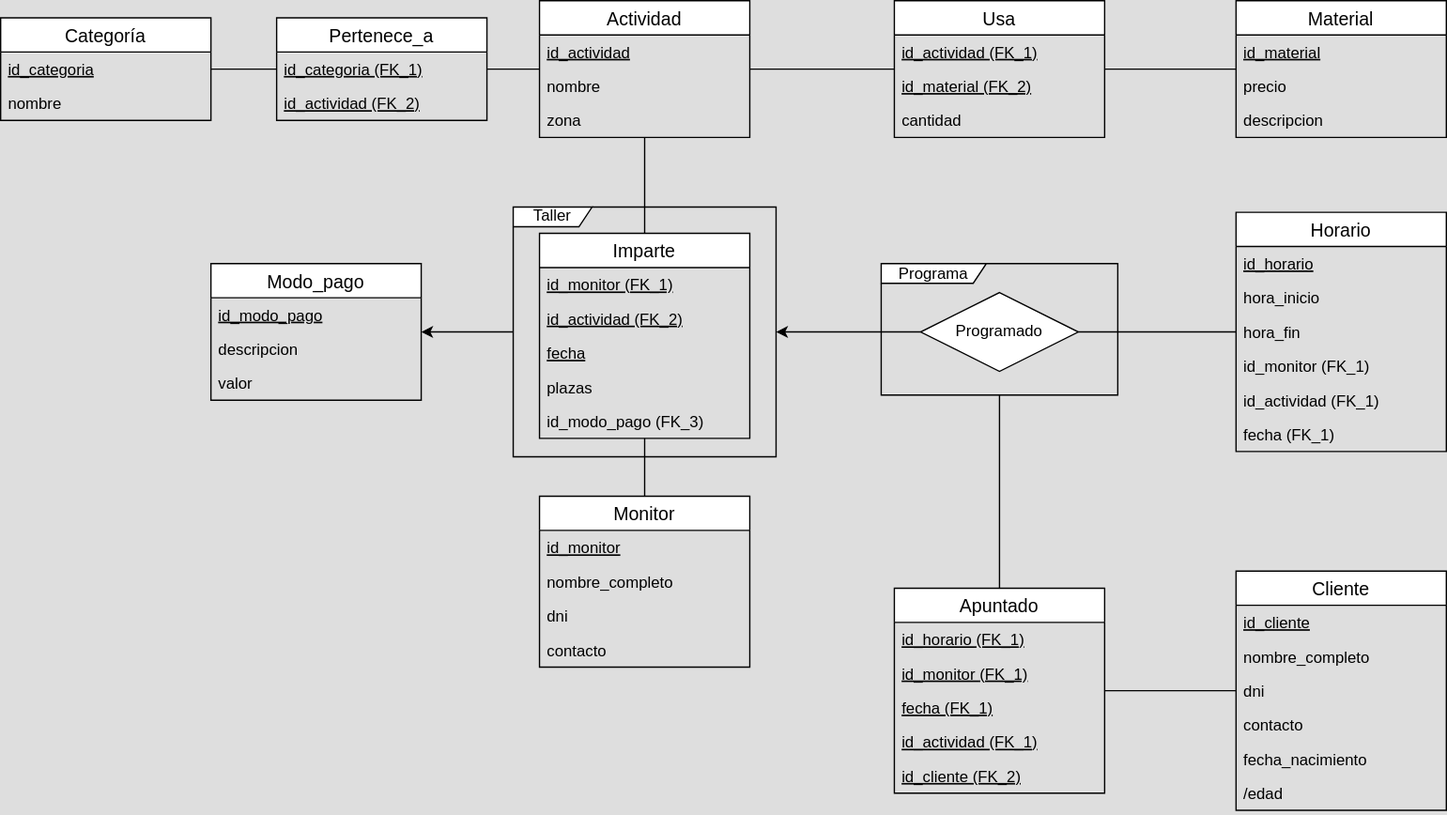
This is docs/modelos/bdatos/bdatos_desarrollado.svg from SmallDreamDev/small-dream-servidor, a draw.io export, as it was before one commit. Source tidied: cells renumbered, new cells last; positions are measured from the earlier drawing's top-left corner, leaving out a move shared by most shapes.
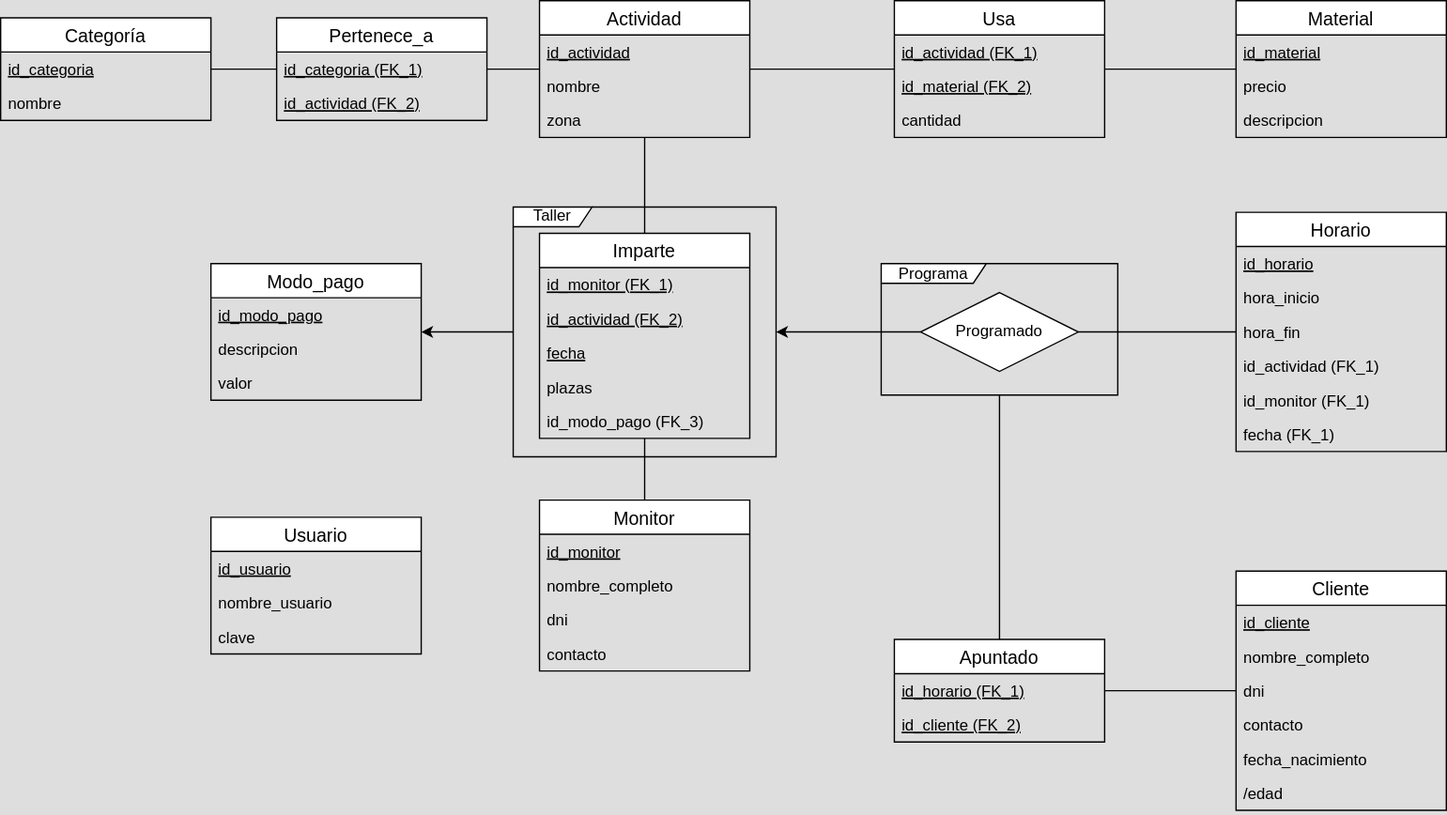
The same diagram one commit later.

What changed in the source:
```diff
@@ -63,7 +63,7 @@
       <mxGeometry y="52" width="160" height="26" as="geometry" />
     </mxCell>
     <mxCell id="22" value="Monitor" style="swimlane;fontStyle=0;horizontal=1;startSize=26;align=center;fontSize=14;" parent="1" vertex="1">
-      <mxGeometry x="410" y="377" width="160" height="130" as="geometry" />
+      <mxGeometry x="410" y="380" width="160" height="130" as="geometry" />
     </mxCell>
     <mxCell id="23" value="id_monitor" style="text;strokeColor=none;fillColor=none;spacingLeft=4;spacingRight=4;overflow=hidden;fontSize=12;fontStyle=4;" parent="22" vertex="1">
       <mxGeometry y="26" width="160" height="26" as="geometry" />
@@ -113,33 +113,15 @@
     <mxCell id="38" value="hora_fin" style="text;strokeColor=none;fillColor=none;spacingLeft=4;spacingRight=4;overflow=hidden;fontSize=12;" parent="35" vertex="1">
       <mxGeometry y="78" width="160" height="26" as="geometry" />
     </mxCell>
+    <mxCell id="40" value="id_actividad (FK_1)" style="text;strokeColor=none;fillColor=none;spacingLeft=4;spacingRight=4;overflow=hidden;fontSize=12;" parent="35" vertex="1">
+      <mxGeometry y="104" width="160" height="26" as="geometry" />
+    </mxCell>
     <mxCell id="39" value="id_monitor (FK_1)" style="text;strokeColor=none;fillColor=none;spacingLeft=4;spacingRight=4;overflow=hidden;fontSize=12;" parent="35" vertex="1">
-      <mxGeometry y="104" width="160" height="26" as="geometry" />
+      <mxGeometry y="130" width="160" height="26" as="geometry" />
     </mxCell>
-    <mxCell id="40" value="id_actividad (FK_1)" style="text;strokeColor=none;fillColor=none;spacingLeft=4;spacingRight=4;overflow=hidden;fontSize=12;" parent="35" vertex="1">
-      <mxGeometry y="130" width="160" height="26" as="geometry" />
-    </mxCell>
     <mxCell id="41" value="fecha (FK_1)" style="text;strokeColor=none;fillColor=none;spacingLeft=4;spacingRight=4;overflow=hidden;fontSize=12;" parent="35" vertex="1">
       <mxGeometry y="156" width="160" height="26" as="geometry" />
     </mxCell>
-    <mxCell id="42" value="Apuntado" style="swimlane;fontStyle=0;horizontal=1;startSize=26;align=center;fontSize=14;" parent="1" vertex="1">
-      <mxGeometry x="680" y="447" width="160" height="156" as="geometry" />
-    </mxCell>
-    <mxCell id="43" value="id_horario (FK_1)" style="text;strokeColor=none;fillColor=none;spacingLeft=4;spacingRight=4;overflow=hidden;fontSize=12;fontStyle=4;" parent="42" vertex="1">
-      <mxGeometry y="26" width="160" height="26" as="geometry" />
-    </mxCell>
-    <mxCell id="44" value="id_monitor (FK_1)" style="text;strokeColor=none;fillColor=none;spacingLeft=4;spacingRight=4;overflow=hidden;fontSize=12;fontStyle=4;" parent="42" vertex="1">
-      <mxGeometry y="52" width="160" height="26" as="geometry" />
-    </mxCell>
-    <mxCell id="45" value="fecha (FK_1)" style="text;strokeColor=none;fillColor=none;spacingLeft=4;spacingRight=4;overflow=hidden;fontSize=12;fontStyle=4;" parent="42" vertex="1">
-      <mxGeometry y="78" width="160" height="26" as="geometry" />
-    </mxCell>
-    <mxCell id="46" value="id_actividad (FK_1)" style="text;strokeColor=none;fillColor=none;spacingLeft=4;spacingRight=4;overflow=hidden;fontSize=12;fontStyle=4;" parent="42" vertex="1">
-      <mxGeometry y="104" width="160" height="26" as="geometry" />
-    </mxCell>
-    <mxCell id="47" value="id_cliente (FK_2)" style="text;strokeColor=none;fillColor=none;spacingLeft=4;spacingRight=4;overflow=hidden;fontSize=12;fontStyle=4;" parent="42" vertex="1">
-      <mxGeometry y="130" width="160" height="26" as="geometry" />
-    </mxCell>
     <mxCell id="48" value="Cliente" style="swimlane;fontStyle=0;horizontal=1;startSize=26;align=center;fontSize=14;" parent="1" vertex="1">
       <mxGeometry x="940" y="434" width="160" height="182" as="geometry" />
     </mxCell>
@@ -203,5 +185,26 @@
     <mxCell id="68" value="id_modo_pago (FK_3)" style="text;strokeColor=none;fillColor=none;spacingLeft=4;spacingRight=4;overflow=hidden;fontSize=12;" parent="63" vertex="1">
       <mxGeometry y="130" width="160" height="26" as="geometry" />
     </mxCell>
+    <mxCell id="42" value="Apuntado" style="swimlane;fontStyle=0;horizontal=1;startSize=26;align=center;fontSize=14;" parent="1" vertex="1">
+      <mxGeometry x="680" y="486" width="160" height="78" as="geometry" />
+    </mxCell>
+    <mxCell id="43" value="id_horario (FK_1)" style="text;strokeColor=none;fillColor=none;spacingLeft=4;spacingRight=4;overflow=hidden;fontSize=12;fontStyle=4;" parent="42" vertex="1">
+      <mxGeometry y="26" width="160" height="26" as="geometry" />
+    </mxCell>
+    <mxCell id="47" value="id_cliente (FK_2)" style="text;strokeColor=none;fillColor=none;spacingLeft=4;spacingRight=4;overflow=hidden;fontSize=12;fontStyle=4;" parent="42" vertex="1">
+      <mxGeometry y="52" width="160" height="26" as="geometry" />
+    </mxCell>
+    <mxCell id="69" value="Usuario" style="swimlane;fontStyle=0;horizontal=1;startSize=26;align=center;fontSize=14;" parent="1" vertex="1">
+      <mxGeometry x="160" y="393" width="160" height="104" as="geometry" />
+    </mxCell>
+    <mxCell id="70" value="id_usuario" style="text;strokeColor=none;fillColor=none;spacingLeft=4;spacingRight=4;overflow=hidden;fontSize=12;fontStyle=4;" parent="69" vertex="1">
+      <mxGeometry y="26" width="160" height="26" as="geometry" />
+    </mxCell>
+    <mxCell id="71" value="nombre_usuario" style="text;strokeColor=none;fillColor=none;spacingLeft=4;spacingRight=4;overflow=hidden;fontSize=12;" parent="69" vertex="1">
+      <mxGeometry y="52" width="160" height="26" as="geometry" />
+    </mxCell>
+    <mxCell id="72" value="clave" style="text;strokeColor=none;fillColor=none;spacingLeft=4;spacingRight=4;overflow=hidden;fontSize=12;" parent="69" vertex="1">
+      <mxGeometry y="78" width="160" height="26" as="geometry" />
+    </mxCell>
   </root>
 </mxGraphModel>
```
